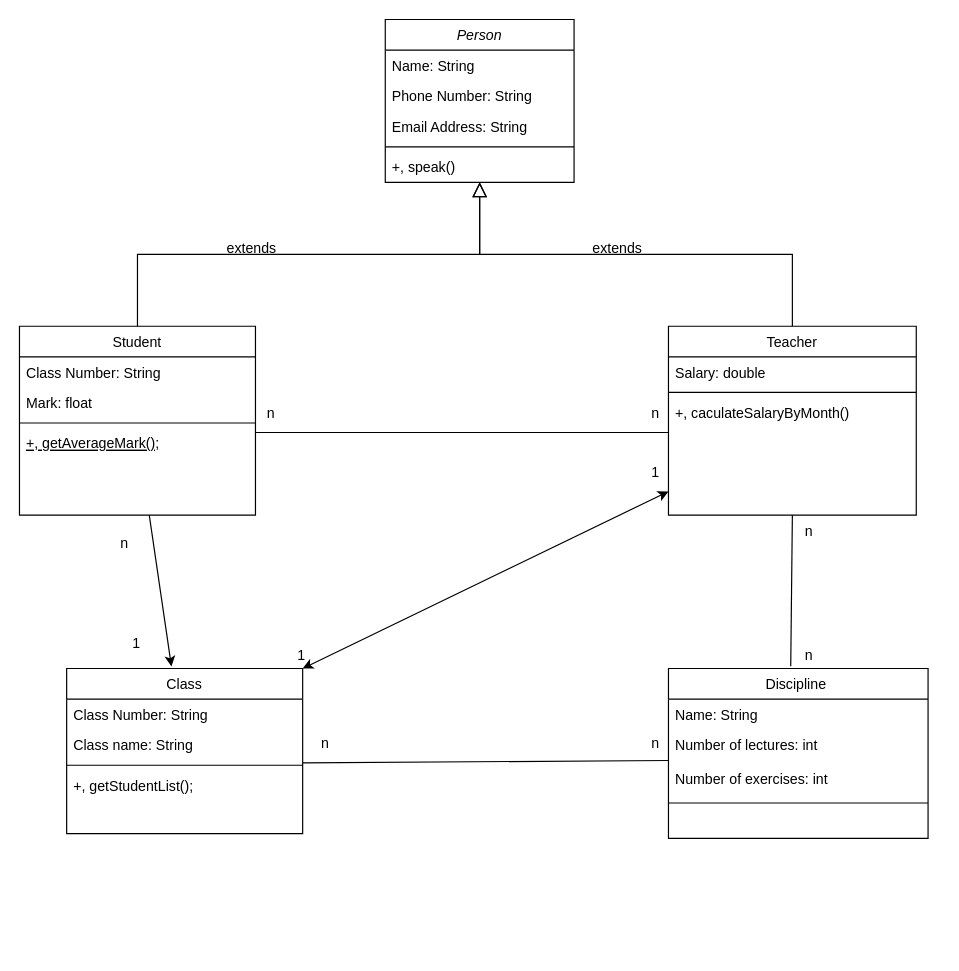
This is javacore_exercise/out/production/javacore_exercise/Exercise_2/School_ClassDiagram.drawio from nguyenhoangnam6199/DC15_JavaCore, a draw.io file, before an edit. Source tidied: cells renumbered, new cells numbered last; positions are measured from the earlier drawing's top-left corner, leaving out a move shared by most shapes. Both pictures are drawn from the tidied source at 118%, with x=0, y=0 at pixel (19, 19).
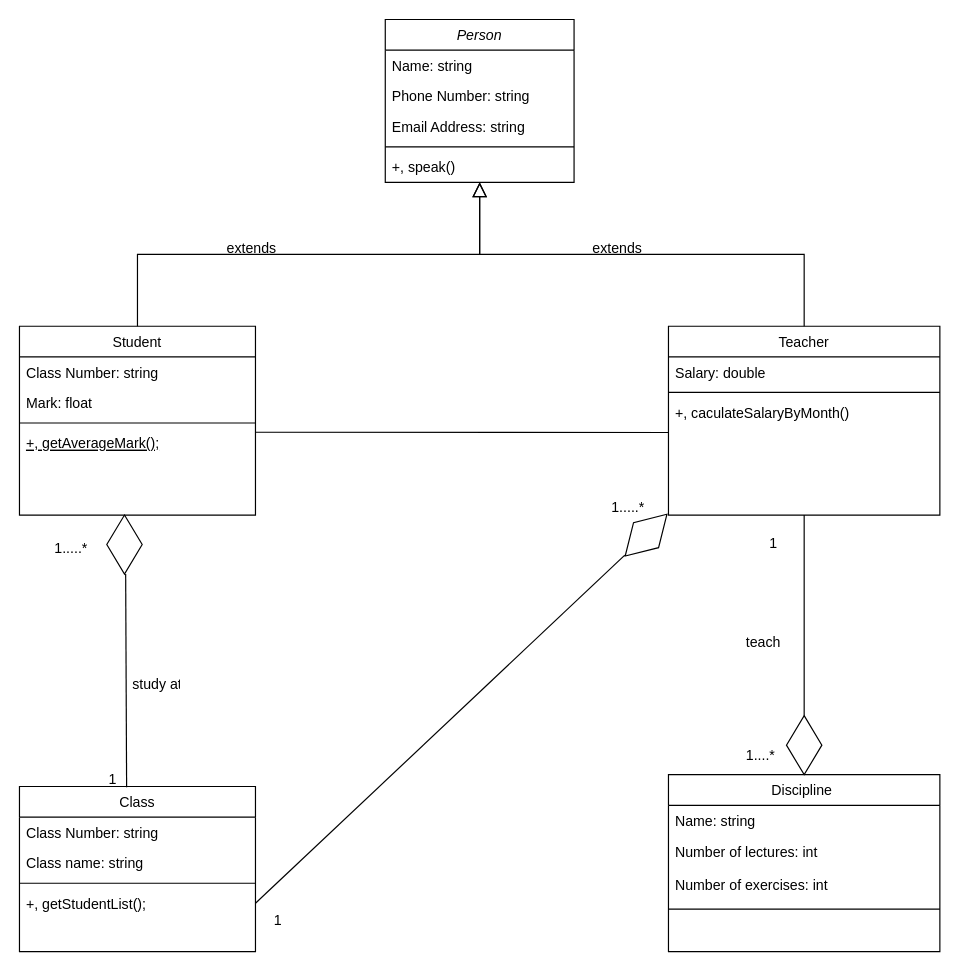
Above is the later version.

Unchanged cells that the change refers to:
```xml
<mxCell id="2" value="Person" style="swimlane;fontStyle=2;align=center;verticalAlign=top;horizontal=1;startSize=26;rounded=0;shadow=0;strokeWidth=1;" parent="1" vertex="1">
  <mxGeometry x="310" width="160" height="138" as="geometry" />
</mxCell>
<mxCell id="8" value="Student" style="swimlane;fontStyle=0;align=center;verticalAlign=top;horizontal=1;startSize=26;rounded=0;shadow=0;strokeWidth=1;" parent="1" vertex="1">
  <mxGeometry y="260" width="200" height="160" as="geometry" />
</mxCell>
<mxCell id="12" value="+, getAverageMark();" style="text;align=left;verticalAlign=top;spacingLeft=4;spacingRight=4;overflow=hidden;points=[[0,0.5],[1,0.5]];portConstraint=eastwest;fontStyle=4;" parent="8" vertex="1">
  <mxGeometry y="86" width="200" height="26" as="geometry" />
</mxCell>
<mxCell id="23" value="+, getStudentList();" style="text;align=left;verticalAlign=top;spacingLeft=4;spacingRight=4;overflow=hidden;points=[[0,0.5],[1,0.5]];portConstraint=eastwest;" parent="19" vertex="1">
  <mxGeometry y="86" width="200" height="26" as="geometry" />
</mxCell>
```

Diff of the diagram source:
```diff
@@
-    <mxCell id="3" value="Name: String" style="text;align=left;verticalAlign=top;spacingLeft=4;spacingRight=4;overflow=hidden;" parent="2" vertex="1">
+    <mxCell id="3" value="Name: string" style="text;align=left;verticalAlign=top;spacingLeft=4;spacingRight=4;overflow=hidden;" parent="2" vertex="1">
       <mxGeometry y="26" width="160" height="26" as="geometry" />
     </mxCell>
-    <mxCell id="4" value="Phone Number: String" style="text;align=left;verticalAlign=top;spacingLeft=4;spacingRight=4;overflow=hidden;rounded=0;shadow=0;html=0;" parent="2" vertex="1">
+    <mxCell id="4" value="Phone Number: string" style="text;align=left;verticalAlign=top;spacingLeft=4;spacingRight=4;overflow=hidden;rounded=0;shadow=0;html=0;" parent="2" vertex="1">
       <mxGeometry y="52" width="160" height="26" as="geometry" />
     </mxCell>
-    <mxCell id="5" value="Email Address: String" style="text;align=left;verticalAlign=top;spacingLeft=4;spacingRight=4;overflow=hidden;rounded=0;shadow=0;html=0;" parent="2" vertex="1">
+    <mxCell id="5" value="Email Address: string" style="text;align=left;verticalAlign=top;spacingLeft=4;spacingRight=4;overflow=hidden;rounded=0;shadow=0;html=0;" parent="2" vertex="1">
       <mxGeometry y="78" width="160" height="26" as="geometry" />
     </mxCell>
@@
-    <mxCell id="9" value="Class Number: String" style="text;align=left;verticalAlign=top;spacingLeft=4;spacingRight=4;overflow=hidden;" parent="8" vertex="1">
+    <mxCell id="9" value="Class Number: string" style="text;align=left;verticalAlign=top;spacingLeft=4;spacingRight=4;overflow=hidden;" parent="8" vertex="1">
       <mxGeometry y="26" width="200" height="26" as="geometry" />
     </mxCell>
@@
     <mxCell id="14" value="Teacher" style="swimlane;fontStyle=0;align=center;verticalAlign=top;horizontal=1;startSize=26;rounded=0;shadow=0;strokeWidth=1;" parent="1" vertex="1">
-      <mxGeometry x="550" y="260" width="210" height="160" as="geometry" />
+      <mxGeometry x="550" y="260" width="230" height="160" as="geometry" />
     </mxCell>
     <mxCell id="15" value="Salary: double" style="text;align=left;verticalAlign=top;spacingLeft=4;spacingRight=4;overflow=hidden;" parent="14" vertex="1">
-      <mxGeometry y="26" width="210" height="26" as="geometry" />
+      <mxGeometry y="26" width="230" height="26" as="geometry" />
     </mxCell>
     <mxCell id="16" style="line;html=1;strokeWidth=1;align=left;verticalAlign=middle;spacingTop=-1;spacingLeft=3;spacingRight=3;labelPosition=right;" parent="14" vertex="1">
-      <mxGeometry y="52" width="210" height="8" as="geometry" />
+      <mxGeometry y="52" width="230" height="8" as="geometry" />
     </mxCell>
     <mxCell id="17" value="+, caculateSalaryByMonth()" style="text;align=left;verticalAlign=top;spacingLeft=4;spacingRight=4;overflow=hidden;points=[[0,0.5],[1,0.5]];portConstraint=eastwest;" parent="14" vertex="1">
-      <mxGeometry y="60" width="210" height="26" as="geometry" />
+      <mxGeometry y="60" width="230" height="26" as="geometry" />
     </mxCell>
@@
     <mxCell id="19" value="Class" style="swimlane;fontStyle=0;align=center;verticalAlign=top;horizontal=1;startSize=26;rounded=0;shadow=0;strokeWidth=1;" parent="1" vertex="1">
-      <mxGeometry x="40" y="550" width="200" height="140" as="geometry" />
+      <mxGeometry y="650" width="200" height="140" as="geometry" />
     </mxCell>
-    <mxCell id="20" value="Class Number: String" style="text;align=left;verticalAlign=top;spacingLeft=4;spacingRight=4;overflow=hidden;" parent="19" vertex="1">
+    <mxCell id="20" value="Class Number: string" style="text;align=left;verticalAlign=top;spacingLeft=4;spacingRight=4;overflow=hidden;" parent="19" vertex="1">
       <mxGeometry y="26" width="200" height="26" as="geometry" />
     </mxCell>
-    <mxCell id="21" value="Class name: String" style="text;align=left;verticalAlign=top;spacingLeft=4;spacingRight=4;overflow=hidden;rounded=0;shadow=0;html=0;" parent="19" vertex="1">
+    <mxCell id="21" value="Class name: string" style="text;align=left;verticalAlign=top;spacingLeft=4;spacingRight=4;overflow=hidden;rounded=0;shadow=0;html=0;" parent="19" vertex="1">
       <mxGeometry y="52" width="200" height="26" as="geometry" />
     </mxCell>
@@
-    <mxCell id="26" style="endArrow=classic;html=1;rounded=0;entryX=0.444;entryY=-0.012;entryDx=0;entryDy=0;entryPerimeter=0;" parent="1" edge="1" target="19">
-      <mxGeometry relative="1" as="geometry">
-        <mxPoint x="110" y="420" as="sourcePoint" />
-      </mxGeometry>
-    </mxCell>
     <mxCell id="27" value="Discipline " style="swimlane;fontStyle=0;align=center;verticalAlign=top;horizontal=1;startSize=26;rounded=0;shadow=0;strokeWidth=1;" parent="1" vertex="1">
-      <mxGeometry x="550" y="550" width="220" height="144" as="geometry" />
+      <mxGeometry x="550" y="640" width="230" height="150" as="geometry" />
     </mxCell>
-    <mxCell id="28" value="Name: String" style="text;align=left;verticalAlign=top;spacingLeft=4;spacingRight=4;overflow=hidden;" parent="27" vertex="1">
-      <mxGeometry y="26" width="220" height="26" as="geometry" />
+    <mxCell id="28" value="Name: string" style="text;align=left;verticalAlign=top;spacingLeft=4;spacingRight=4;overflow=hidden;" parent="27" vertex="1">
+      <mxGeometry y="26" width="230" height="26" as="geometry" />
     </mxCell>
     <mxCell id="29" value="Number of lectures: int&#10;&#10;Number of exercises: int" style="text;align=left;verticalAlign=top;spacingLeft=4;spacingRight=4;overflow=hidden;rounded=0;shadow=0;html=0;" parent="27" vertex="1">
-      <mxGeometry y="52" width="220" height="58" as="geometry" />
+      <mxGeometry y="52" width="230" height="58" as="geometry" />
     </mxCell>
     <mxCell id="30" style="line;html=1;strokeWidth=1;align=left;verticalAlign=middle;spacingTop=-1;spacingLeft=3;spacingRight=3;labelPosition=right;" parent="27" vertex="1">
-      <mxGeometry y="110" width="220" height="8" as="geometry" />
+      <mxGeometry y="110" width="230" height="8" as="geometry" />
     </mxCell>
-    <mxCell id="31" value="n" style="text;align=left;verticalAlign=top;spacingLeft=4;spacingRight=4;overflow=hidden;" parent="1" vertex="1">
-      <mxGeometry x="80" y="430" width="20" height="20" as="geometry" />
-    </mxCell>
-    <mxCell id="32" value="1" style="text;align=left;verticalAlign=top;spacingLeft=4;spacingRight=4;overflow=hidden;" parent="1" vertex="1">
-      <mxGeometry x="90" y="515" width="20" height="20" as="geometry" />
-    </mxCell>
-    <mxCell id="33" style="endArrow=none;html=1;rounded=0;entryX=0;entryY=1.154;entryDx=0;entryDy=0;entryPerimeter=0;exitX=1;exitY=0.154;exitDx=0;exitDy=0;exitPerimeter=0;" parent="1" edge="1" source="12" target="17">
-      <mxGeometry relative="1" as="geometry" />
-    </mxCell>
-    <mxCell id="34" value="n" style="text;align=left;verticalAlign=top;spacingLeft=4;spacingRight=4;overflow=hidden;" parent="1" vertex="1">
-      <mxGeometry x="204" y="320" width="20" height="20" as="geometry" />
-    </mxCell>
-    <mxCell id="35" value="n" style="text;align=left;verticalAlign=top;spacingLeft=4;spacingRight=4;overflow=hidden;" parent="1" vertex="1">
-      <mxGeometry x="530" y="320" width="20" height="20" as="geometry" />
-    </mxCell>
-    <mxCell id="36" style="endArrow=none;html=1;rounded=0;entryX=0.5;entryY=1;entryDx=0;entryDy=0;exitX=0.471;exitY=-0.013;exitDx=0;exitDy=0;exitPerimeter=0;" parent="1" edge="1" source="27" target="14">
-      <mxGeometry relative="1" as="geometry" />
-    </mxCell>
-    <mxCell id="37" value="n" style="text;align=left;verticalAlign=top;spacingLeft=4;spacingRight=4;overflow=hidden;" parent="1" vertex="1">
-      <mxGeometry x="660" y="420" width="20" height="20" as="geometry" />
-    </mxCell>
-    <mxCell id="38" value="n" style="text;align=left;verticalAlign=top;spacingLeft=4;spacingRight=4;overflow=hidden;" parent="1" vertex="1">
-      <mxGeometry x="660" y="525" width="20" height="20" as="geometry" />
-    </mxCell>
-    <mxCell id="39" style="endArrow=none;html=1;rounded=0;" parent="1" edge="1">
-      <mxGeometry relative="1" as="geometry">
-        <mxPoint x="240" y="630" as="sourcePoint" />
-        <mxPoint x="550" y="628" as="targetPoint" />
-      </mxGeometry>
-    </mxCell>
-    <mxCell id="40" value="n" style="text;align=left;verticalAlign=top;spacingLeft=4;spacingRight=4;overflow=hidden;" parent="1" vertex="1">
-      <mxGeometry x="250" y="600" width="20" height="20" as="geometry" />
-    </mxCell>
-    <mxCell id="41" value="n" style="text;align=left;verticalAlign=top;spacingLeft=4;spacingRight=4;overflow=hidden;" parent="1" vertex="1">
-      <mxGeometry x="530" y="600" width="20" height="20" as="geometry" />
-    </mxCell>
-    <mxCell id="42" style="endArrow=classic;startArrow=classic;html=1;rounded=0;exitX=1;exitY=0;exitDx=0;exitDy=0;" parent="1" edge="1" source="19">
-      <mxGeometry relative="1" as="geometry">
-        <mxPoint x="550" y="400" as="targetPoint" />
-      </mxGeometry>
-    </mxCell>
     <mxCell id="43" value="1" style="text;align=left;verticalAlign=top;spacingLeft=4;spacingRight=4;overflow=hidden;" parent="1" vertex="1">
-      <mxGeometry x="230" y="525" width="20" height="20" as="geometry" />
+      <mxGeometry x="630" y="430" width="20" height="20" as="geometry" />
     </mxCell>
-    <mxCell id="44" value="1" style="text;align=left;verticalAlign=top;spacingLeft=4;spacingRight=4;overflow=hidden;" parent="1" vertex="1">
-      <mxGeometry x="530" y="370" width="20" height="20" as="geometry" />
+    <mxCell id="44" value="1.....*" style="text;align=left;verticalAlign=top;spacingLeft=4;spacingRight=4;overflow=hidden;" parent="1" vertex="1">
+      <mxGeometry x="24" y="435" width="50" height="20" as="geometry" />
     </mxCell>
+    <mxCell id="45" style="rhombus;whiteSpace=wrap;html=1;" parent="1" vertex="1">
+      <mxGeometry x="74" y="420" width="30" height="50" as="geometry" />
+    </mxCell>
+    <mxCell id="46" style="endArrow=none;html=1;rounded=0;exitX=0.454;exitY=0.004;exitDx=0;exitDy=0;exitPerimeter=0;" parent="1" edge="1" source="19">
+      <mxGeometry relative="1" as="geometry">
+        <mxPoint x="90" y="470" as="targetPoint" />
+      </mxGeometry>
+    </mxCell>
+    <mxCell id="47" style="rhombus;whiteSpace=wrap;html=1;" parent="1" vertex="1">
+      <mxGeometry x="650" y="590" width="30" height="50" as="geometry" />
+    </mxCell>
+    <mxCell id="48" style="endArrow=none;html=1;rounded=0;entryX=0.5;entryY=1;entryDx=0;entryDy=0;exitX=0.5;exitY=0;exitDx=0;exitDy=0;" parent="1" edge="1" source="47" target="14">
+      <mxGeometry relative="1" as="geometry" />
+    </mxCell>
+    <mxCell id="49" value="1" style="text;align=left;verticalAlign=top;spacingLeft=4;spacingRight=4;overflow=hidden;" parent="1" vertex="1">
+      <mxGeometry x="70" y="630" width="20" height="20" as="geometry" />
+    </mxCell>
+    <mxCell id="50" value="1....*" style="text;align=left;verticalAlign=top;spacingLeft=4;spacingRight=4;overflow=hidden;" parent="1" vertex="1">
+      <mxGeometry x="610" y="610" width="50" height="20" as="geometry" />
+    </mxCell>
+    <mxCell id="51" value="study at" style="text;align=left;verticalAlign=top;spacingLeft=4;spacingRight=4;overflow=hidden;" parent="1" vertex="1">
+      <mxGeometry x="90" y="550" width="50" height="20" as="geometry" />
+    </mxCell>
+    <mxCell id="52" value="teach" style="text;align=left;verticalAlign=top;spacingLeft=4;spacingRight=4;overflow=hidden;" parent="1" vertex="1">
+      <mxGeometry x="610" y="514.5" width="50" height="20" as="geometry" />
+    </mxCell>
+    <mxCell id="53" style="endArrow=none;html=1;rounded=0;exitX=0.998;exitY=0.146;exitDx=0;exitDy=0;exitPerimeter=0;" parent="1" edge="1" source="12">
+      <mxGeometry relative="1" as="geometry">
+        <mxPoint x="550" y="350" as="targetPoint" />
+      </mxGeometry>
+    </mxCell>
+    <mxCell id="54" style="rhombus;whiteSpace=wrap;html=1;rotation=45;" parent="1" vertex="1">
+      <mxGeometry x="516" y="412" width="30" height="50" as="geometry" />
+    </mxCell>
+    <mxCell id="55" style="endArrow=none;html=1;rounded=0;exitX=1;exitY=0.5;exitDx=0;exitDy=0;" parent="1" edge="1" source="23">
+      <mxGeometry relative="1" as="geometry">
+        <mxPoint x="513" y="454" as="targetPoint" />
+      </mxGeometry>
+    </mxCell>
+    <mxCell id="56" value="1" style="text;align=left;verticalAlign=top;spacingLeft=4;spacingRight=4;overflow=hidden;" parent="1" vertex="1">
+      <mxGeometry x="210" y="750" width="20" height="20" as="geometry" />
+    </mxCell>
+    <mxCell id="57" value="1.....*" style="text;align=left;verticalAlign=top;spacingLeft=4;spacingRight=4;overflow=hidden;" parent="1" vertex="1">
+      <mxGeometry x="496" y="400" width="50" height="20" as="geometry" />
+    </mxCell>
```
